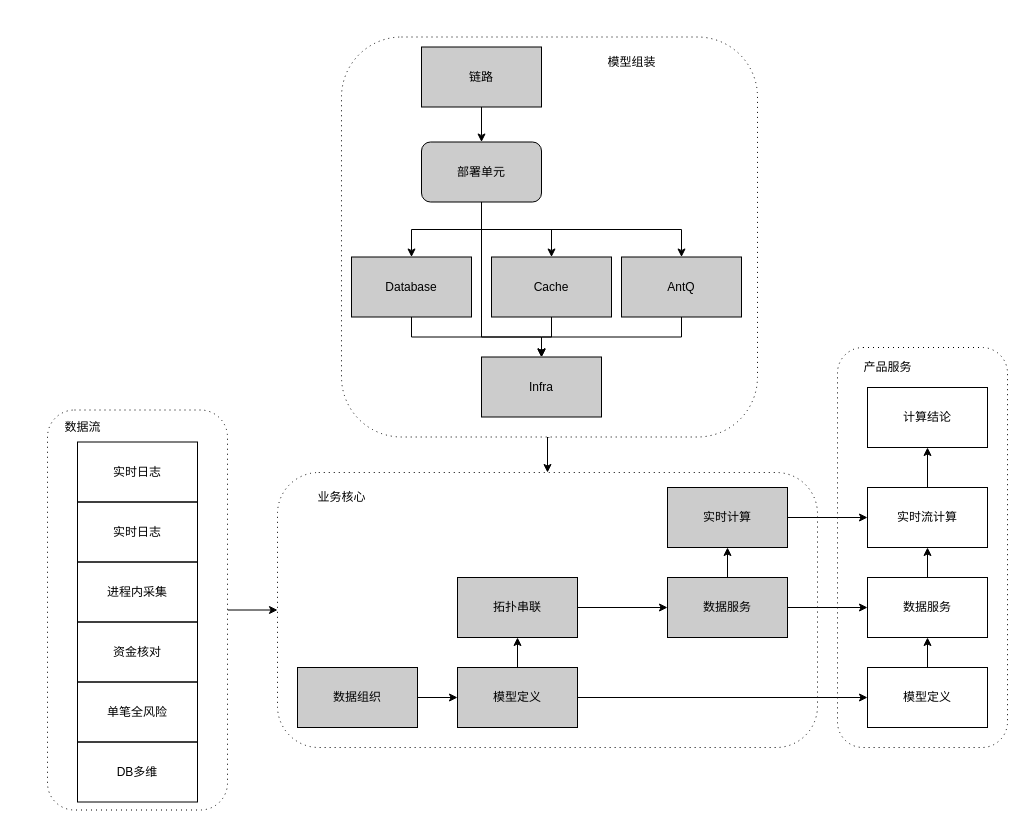
frankneu/draw.io keeps this draw.io diagram as 蚂蚁金服/RMC/高可用基线&RMC共建方案.drawio. Above is the earlier version. Source tidied: cells renumbered, new cells numbered last; positions are measured from the earlier drawing's top-left corner, leaving out a move shared by most shapes. Both pictures are drawn from the tidied source at 100%, with x=0, y=0 at pixel (47, 37).
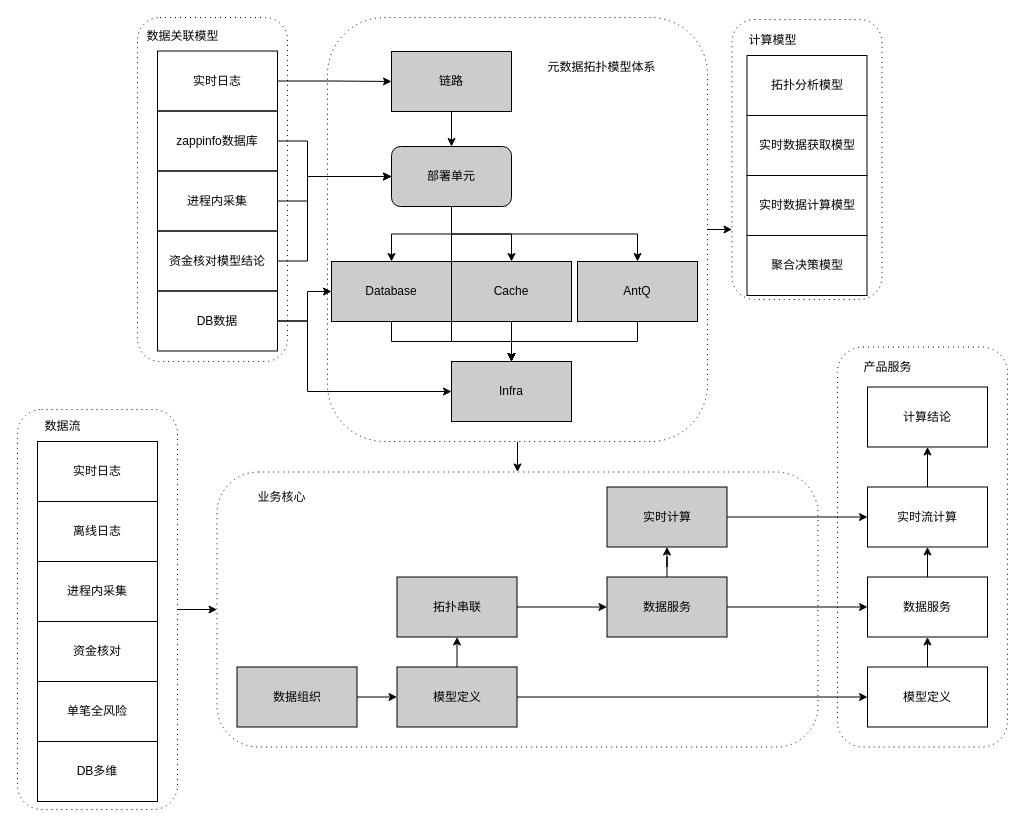
After the change.

Commit message:
Update 高可用基线&RMC共建方案.drawio

Change to the diagram source:
```diff
@@
+    <mxCell id="51" style="shape=ext;rounded=1;html=1;whiteSpace=wrap;dashed=1;dashPattern=1 4;" parent="1" vertex="1">
+      <mxGeometry x="90" y="-20" width="150" height="344" as="geometry" />
+    </mxCell>
     <mxCell id="2" style="shape=ext;rounded=1;html=1;whiteSpace=wrap;dashed=1;dashPattern=1 4;" parent="1" vertex="1">
-      <mxGeometry x="790" y="310" width="170" height="400" as="geometry" />
+      <mxGeometry x="790" y="309.5" width="170" height="400" as="geometry" />
     </mxCell>
     <mxCell id="3" style="shape=ext;rounded=1;html=1;whiteSpace=wrap;dashed=1;dashPattern=1 4;" parent="1" vertex="1">
-      <mxGeometry x="230" y="435" width="540" height="275" as="geometry" />
+      <mxGeometry x="169.5" y="434.5" width="601" height="275" as="geometry" />
     </mxCell>
@@
     <mxCell id="5" style="shape=ext;rounded=1;html=1;whiteSpace=wrap;dashed=1;dashPattern=1 4;" parent="1" vertex="1">
-      <mxGeometry y="372.5" width="180" height="400" as="geometry" />
+      <mxGeometry x="-30" y="372" width="160" height="400" as="geometry" />
     </mxCell>
-    <mxCell id="6" style="edgeStyle=orthogonalEdgeStyle;rounded=0;jettySize=auto;html=1;exitX=0.5;exitY=1;exitDx=0;exitDy=0;entryX=0.5;entryY=0;entryDx=0;entryDy=0;" parent="1" edge="1" source="7" target="3">
+    <mxCell id="6" style="rounded=0;jettySize=auto;html=1;exitX=0.5;exitY=1;exitDx=0;exitDy=0;entryX=0.5;entryY=0;entryDx=0;entryDy=0;" parent="1" edge="1" source="7" target="3">
       <mxGeometry relative="1" as="geometry" />
     </mxCell>
+    <mxCell id="52" style="rounded=0;jettySize=auto;html=1;exitX=1;exitY=0.5;exitDx=0;exitDy=0;entryX=0;entryY=0.75;entryDx=0;entryDy=0;" parent="1" edge="1" source="7" target="65">
+      <mxGeometry relative="1" as="geometry" />
+    </mxCell>
     <mxCell id="7" style="shape=ext;rounded=1;html=1;whiteSpace=wrap;dashed=1;dashPattern=1 4;" parent="1" vertex="1">
-      <mxGeometry x="294" y="-0.5" width="416" height="400" as="geometry" />
+      <mxGeometry x="280" y="-20" width="380" height="424" as="geometry" />
     </mxCell>
@@
     <mxCell id="10" value="模型定义" style="rounded=0;whiteSpace=wrap;html=1;fillColor=#CCCCCC;" parent="1" vertex="1">
-      <mxGeometry x="410" y="630" width="120" height="60" as="geometry" />
+      <mxGeometry x="349.5" y="629.5" width="120" height="60" as="geometry" />
     </mxCell>
@@
     <mxCell id="12" value="链路" style="rounded=0;whiteSpace=wrap;html=1;fillColor=#CCCCCC;" parent="1" vertex="1">
-      <mxGeometry x="374" y="9.5" width="120" height="60" as="geometry" />
+      <mxGeometry x="344" y="14" width="120" height="60" as="geometry" />
     </mxCell>
-    <mxCell id="13" value="实时日志" style="rounded=0;whiteSpace=wrap;html=1;fillColor=none;" parent="1" vertex="1">
-      <mxGeometry x="30" y="464.5" width="120" height="60" as="geometry" />
+    <mxCell id="13" value="离线日志" style="rounded=0;whiteSpace=wrap;html=1;fillColor=none;" parent="1" vertex="1">
+      <mxGeometry x="-10" y="464" width="120" height="60" as="geometry" />
     </mxCell>
     <mxCell id="14" value="资金核对" style="rounded=0;whiteSpace=wrap;html=1;fillColor=none;" parent="1" vertex="1">
-      <mxGeometry x="30" y="584.5" width="120" height="60" as="geometry" />
+      <mxGeometry x="-10" y="584" width="120" height="60" as="geometry" />
     </mxCell>
     <mxCell id="15" value="单笔全风险" style="rounded=0;whiteSpace=wrap;html=1;fillColor=none;" parent="1" vertex="1">
-      <mxGeometry x="30" y="644.5" width="120" height="60" as="geometry" />
+      <mxGeometry x="-10" y="644" width="120" height="60" as="geometry" />
     </mxCell>
@@
     <mxCell id="17" value="Database" style="rounded=0;whiteSpace=wrap;html=1;fillColor=#CCCCCC;" parent="1" vertex="1">
-      <mxGeometry x="304" y="219.5" width="120" height="60" as="geometry" />
+      <mxGeometry x="284" y="224" width="120" height="60" as="geometry" />
     </mxCell>
@@
     <mxCell id="19" value="Cache" style="rounded=0;whiteSpace=wrap;html=1;fillColor=#CCCCCC;" parent="1" vertex="1">
-      <mxGeometry x="444" y="219.5" width="120" height="60" as="geometry" />
+      <mxGeometry x="404" y="224" width="120" height="60" as="geometry" />
     </mxCell>
@@
     <mxCell id="21" value="AntQ" style="rounded=0;whiteSpace=wrap;html=1;fillColor=#CCCCCC;" parent="1" vertex="1">
-      <mxGeometry x="574" y="219.5" width="120" height="60" as="geometry" />
+      <mxGeometry x="530" y="224" width="120" height="60" as="geometry" />
     </mxCell>
     <mxCell id="22" value="Infra" style="rounded=0;whiteSpace=wrap;html=1;fillColor=#CCCCCC;" parent="1" vertex="1">
-      <mxGeometry x="434" y="319.5" width="120" height="60" as="geometry" />
+      <mxGeometry x="404" y="324" width="120" height="60" as="geometry" />
     </mxCell>
@@
     <mxCell id="24" style="rounded=0;jettySize=auto;html=1;exitX=0.5;exitY=1;exitDx=0;exitDy=0;entryX=0.5;entryY=0;entryDx=0;entryDy=0;edgeStyle=orthogonalEdgeStyle;" parent="1" edge="1" source="27" target="22">
       <mxGeometry relative="1" as="geometry">
         <Array as="points">
-          <mxPoint x="434" y="299.5" />
-          <mxPoint x="494" y="299.5" />
+          <mxPoint x="404" y="304" />
+          <mxPoint x="464" y="304" />
         </Array>
       </mxGeometry>
     </mxCell>
@@
     <mxCell id="27" value="部署单元" style="rounded=1;whiteSpace=wrap;html=1;fillColor=#CCCCCC;" parent="1" vertex="1">
-      <mxGeometry x="374" y="104.5" width="120" height="60" as="geometry" />
+      <mxGeometry x="344" y="109" width="120" height="60" as="geometry" />
     </mxCell>
@@
     <mxCell id="29" value="数据组织" style="rounded=0;whiteSpace=wrap;html=1;fillColor=#CCCCCC;" parent="1" vertex="1">
-      <mxGeometry x="250" y="630" width="120" height="60" as="geometry" />
+      <mxGeometry x="189.5" y="629.5" width="120" height="60" as="geometry" />
     </mxCell>
@@
     <mxCell id="31" value="拓扑串联" style="rounded=0;whiteSpace=wrap;html=1;fillColor=#CCCCCC;" parent="1" vertex="1">
-      <mxGeometry x="410" y="540" width="120" height="60" as="geometry" />
+      <mxGeometry x="349.5" y="539.5" width="120" height="60" as="geometry" />
     </mxCell>
@@
     <mxCell id="34" value="数据服务" style="rounded=0;whiteSpace=wrap;html=1;fillColor=#CCCCCC;" parent="1" vertex="1">
-      <mxGeometry x="620" y="540" width="120" height="60" as="geometry" />
+      <mxGeometry x="559.5" y="539.5" width="120" height="60" as="geometry" />
     </mxCell>
-    <mxCell id="35" value="模型组装" style="text;html=1;align=center;verticalAlign=middle;" parent="1" vertex="1">
-      <mxGeometry x="554" y="15" width="60" height="20" as="geometry" />
+    <mxCell id="35" value="元数据拓扑模型体系" style="text;html=1;align=center;verticalAlign=middle;" parent="1" vertex="1">
+      <mxGeometry x="494" y="19.5" width="120" height="20" as="geometry" />
     </mxCell>
     <mxCell id="36" value="进程内采集" style="rounded=1;whiteSpace=wrap;html=1;fillColor=none;arcSize=0;" parent="1" vertex="1">
-      <mxGeometry x="30" y="524.5" width="120" height="60" as="geometry" />
+      <mxGeometry x="-10" y="524" width="120" height="60" as="geometry" />
     </mxCell>
     <mxCell id="37" value="DB多维" style="rounded=1;whiteSpace=wrap;html=1;fillColor=none;arcSize=0;" parent="1" vertex="1">
-      <mxGeometry x="30" y="704.5" width="120" height="60" as="geometry" />
+      <mxGeometry x="-10" y="704" width="120" height="60" as="geometry" />
     </mxCell>
@@
     <mxCell id="39" value="实时计算" style="rounded=0;whiteSpace=wrap;html=1;fillColor=#CCCCCC;" parent="1" vertex="1">
-      <mxGeometry x="620" y="450" width="120" height="60" as="geometry" />
+      <mxGeometry x="559.5" y="449.5" width="120" height="60" as="geometry" />
     </mxCell>
     <mxCell id="40" value="实时日志" style="rounded=0;whiteSpace=wrap;html=1;fillColor=none;" parent="1" vertex="1">
-      <mxGeometry x="30" y="404.5" width="120" height="60" as="geometry" />
+      <mxGeometry x="-10" y="404" width="120" height="60" as="geometry" />
     </mxCell>
@@
     <mxCell id="42" value="数据服务" style="rounded=0;whiteSpace=wrap;html=1;fillColor=none;" parent="1" vertex="1">
-      <mxGeometry x="820" y="540" width="120" height="60" as="geometry" />
+      <mxGeometry x="820" y="539.5" width="120" height="60" as="geometry" />
     </mxCell>
@@
     <mxCell id="44" value="模型定义" style="rounded=0;whiteSpace=wrap;html=1;fillColor=none;" parent="1" vertex="1">
-      <mxGeometry x="820" y="630" width="120" height="60" as="geometry" />
+      <mxGeometry x="820" y="629.5" width="120" height="60" as="geometry" />
     </mxCell>
@@
     <mxCell id="46" value="实时流计算" style="rounded=0;whiteSpace=wrap;html=1;fillColor=none;" parent="1" vertex="1">
-      <mxGeometry x="820" y="450" width="120" height="60" as="geometry" />
+      <mxGeometry x="820" y="449.5" width="120" height="60" as="geometry" />
     </mxCell>
     <mxCell id="47" value="计算结论" style="rounded=0;whiteSpace=wrap;html=1;fillColor=none;" parent="1" vertex="1">
-      <mxGeometry x="820" y="350" width="120" height="60" as="geometry" />
+      <mxGeometry x="820" y="349.5" width="120" height="60" as="geometry" />
     </mxCell>
     <mxCell id="48" value="产品服务" style="text;html=1;align=center;verticalAlign=middle;" parent="1" vertex="1">
-      <mxGeometry x="810" y="320" width="60" height="20" as="geometry" />
+      <mxGeometry x="810" y="319.5" width="60" height="20" as="geometry" />
     </mxCell>
     <mxCell id="49" value="业务核心" style="text;html=1;align=center;verticalAlign=middle;" parent="1" vertex="1">
-      <mxGeometry x="264" y="450" width="60" height="20" as="geometry" />
+      <mxGeometry x="203.5" y="449.5" width="60" height="20" as="geometry" />
     </mxCell>
     <mxCell id="50" value="数据流" style="text;html=1;align=center;verticalAlign=middle;" parent="1" vertex="1">
-      <mxGeometry x="10" y="379.5" width="50" height="20" as="geometry" />
+      <mxGeometry x="-10" y="379" width="50" height="20" as="geometry" />
     </mxCell>
+    <mxCell id="53" style="edgeStyle=orthogonalEdgeStyle;rounded=0;jettySize=auto;html=1;exitX=1;exitY=0.5;exitDx=0;exitDy=0;" parent="1" edge="1" source="54" target="27">
+      <mxGeometry relative="1" as="geometry">
+        <Array as="points">
+          <mxPoint x="260" y="103" />
+          <mxPoint x="260" y="139" />
+        </Array>
+      </mxGeometry>
+    </mxCell>
+    <mxCell id="54" value="zappinfo数据库" style="rounded=0;whiteSpace=wrap;html=1;fillColor=none;" parent="1" vertex="1">
+      <mxGeometry x="110" y="73.5" width="120" height="60" as="geometry" />
+    </mxCell>
+    <mxCell id="55" style="edgeStyle=orthogonalEdgeStyle;rounded=0;jettySize=auto;html=1;exitX=1;exitY=0.5;exitDx=0;exitDy=0;entryX=0;entryY=0.5;entryDx=0;entryDy=0;" parent="1" edge="1" source="56" target="27">
+      <mxGeometry relative="1" as="geometry">
+        <Array as="points">
+          <mxPoint x="260" y="224" />
+          <mxPoint x="260" y="139" />
+        </Array>
+      </mxGeometry>
+    </mxCell>
+    <mxCell id="56" value="资金核对模型结论" style="rounded=0;whiteSpace=wrap;html=1;fillColor=none;" parent="1" vertex="1">
+      <mxGeometry x="110" y="193.5" width="120" height="60" as="geometry" />
+    </mxCell>
+    <mxCell id="57" style="edgeStyle=orthogonalEdgeStyle;rounded=0;jettySize=auto;html=1;exitX=1;exitY=0.5;exitDx=0;exitDy=0;" parent="1" edge="1" source="58" target="27">
+      <mxGeometry relative="1" as="geometry">
+        <Array as="points">
+          <mxPoint x="260" y="164" />
+          <mxPoint x="260" y="139" />
+        </Array>
+      </mxGeometry>
+    </mxCell>
+    <mxCell id="58" value="进程内采集" style="rounded=1;whiteSpace=wrap;html=1;fillColor=none;arcSize=0;" parent="1" vertex="1">
+      <mxGeometry x="110" y="133.5" width="120" height="60" as="geometry" />
+    </mxCell>
+    <mxCell id="59" style="edgeStyle=orthogonalEdgeStyle;rounded=0;jettySize=auto;html=1;exitX=1;exitY=0.5;exitDx=0;exitDy=0;entryX=0;entryY=0.5;entryDx=0;entryDy=0;" parent="1" edge="1" source="61" target="17">
+      <mxGeometry relative="1" as="geometry">
+        <Array as="points">
+          <mxPoint x="260" y="284" />
+          <mxPoint x="260" y="254" />
+        </Array>
+      </mxGeometry>
+    </mxCell>
+    <mxCell id="60" style="edgeStyle=orthogonalEdgeStyle;rounded=0;jettySize=auto;html=1;exitX=1;exitY=0.5;exitDx=0;exitDy=0;entryX=0;entryY=0.5;entryDx=0;entryDy=0;" parent="1" edge="1" source="61" target="22">
+      <mxGeometry relative="1" as="geometry">
+        <Array as="points">
+          <mxPoint x="260" y="284" />
+          <mxPoint x="260" y="354" />
+        </Array>
+      </mxGeometry>
+    </mxCell>
+    <mxCell id="61" value="DB数据" style="rounded=1;whiteSpace=wrap;html=1;fillColor=none;arcSize=0;" parent="1" vertex="1">
+      <mxGeometry x="110" y="253.5" width="120" height="60" as="geometry" />
+    </mxCell>
+    <mxCell id="62" style="edgeStyle=orthogonalEdgeStyle;rounded=0;jettySize=auto;html=1;exitX=1;exitY=0.5;exitDx=0;exitDy=0;entryX=0;entryY=0.5;entryDx=0;entryDy=0;" parent="1" edge="1" source="63" target="12">
+      <mxGeometry relative="1" as="geometry" />
+    </mxCell>
+    <mxCell id="63" value="实时日志" style="rounded=0;whiteSpace=wrap;html=1;fillColor=none;" parent="1" vertex="1">
+      <mxGeometry x="110" y="13.5" width="120" height="60" as="geometry" />
+    </mxCell>
+    <mxCell id="64" value="数据关联模型" style="text;html=1;align=center;verticalAlign=middle;" parent="1" vertex="1">
+      <mxGeometry x="90" y="-11.5" width="90" height="20" as="geometry" />
+    </mxCell>
+    <mxCell id="65" style="shape=ext;rounded=1;html=1;whiteSpace=wrap;dashed=1;dashPattern=1 4;" parent="1" vertex="1">
+      <mxGeometry x="684.5" y="-18" width="150" height="280" as="geometry" />
+    </mxCell>
+    <mxCell id="66" value="实时数据获取模型" style="rounded=0;whiteSpace=wrap;html=1;fillColor=none;" parent="1" vertex="1">
+      <mxGeometry x="699.5" y="78" width="120" height="60" as="geometry" />
+    </mxCell>
+    <mxCell id="67" value="聚合决策模型" style="rounded=0;whiteSpace=wrap;html=1;fillColor=none;" parent="1" vertex="1">
+      <mxGeometry x="699.5" y="198" width="120" height="60" as="geometry" />
+    </mxCell>
+    <mxCell id="68" value="实时数据计算模型" style="rounded=1;whiteSpace=wrap;html=1;fillColor=none;arcSize=0;" parent="1" vertex="1">
+      <mxGeometry x="699.5" y="138" width="120" height="60" as="geometry" />
+    </mxCell>
+    <mxCell id="69" value="拓扑分析模型" style="rounded=0;whiteSpace=wrap;html=1;fillColor=none;" parent="1" vertex="1">
+      <mxGeometry x="699.5" y="18" width="120" height="60" as="geometry" />
+    </mxCell>
+    <mxCell id="70" value="计算模型" style="text;html=1;align=center;verticalAlign=middle;" parent="1" vertex="1">
+      <mxGeometry x="694.5" y="-7" width="60" height="20" as="geometry" />
+    </mxCell>
```
